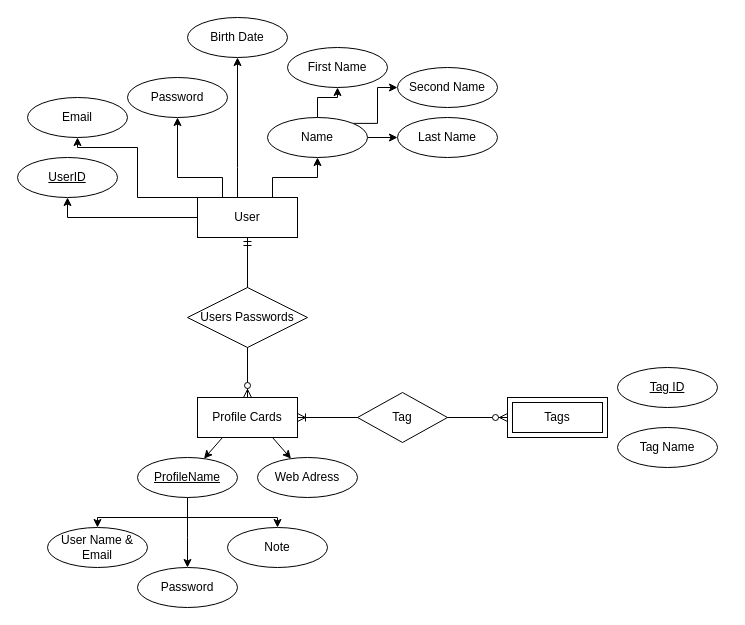
Dot0exe/Password-Manager keeps this draw.io diagram as Başlıksız Diyagram.drawio. Above is the earlier version. Source tidied: cells renumbered, new cells numbered last; positions are measured from the earlier drawing's top-left corner, leaving out a move shared by most shapes. Both pictures are drawn from the tidied source at 100%, with x=0, y=0 at pixel (17, 17).
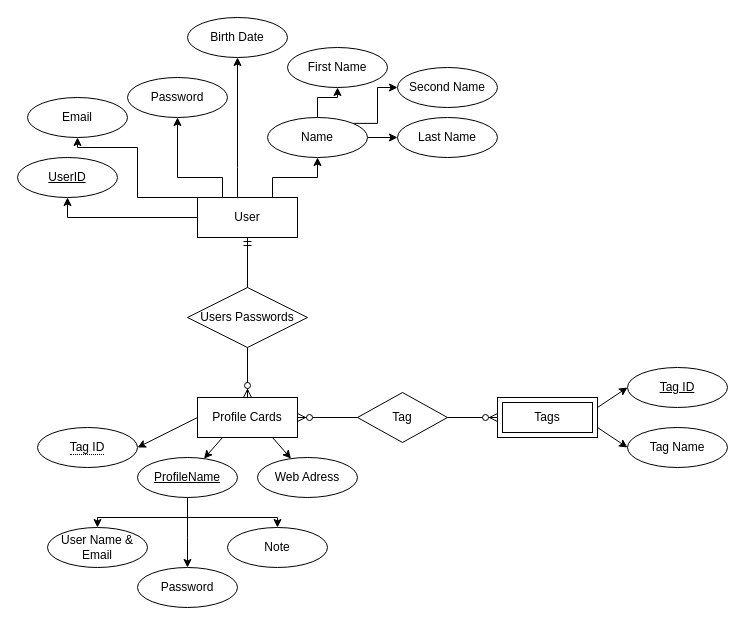
After the change.

Unchanged cells that the change refers to:
```xml
<mxCell id="4" value="Profile Cards&lt;br&gt;" style="whiteSpace=wrap;html=1;align=center;" parent="2" vertex="1">
  <mxGeometry x="10" y="200" width="100" height="40" as="geometry" />
</mxCell>
```

Diff of the diagram source:
```diff
@@
+    <mxCell id="38" style="rounded=0;jettySize=auto;html=1;exitX=1;exitY=0.25;exitDx=0;exitDy=0;entryX=0;entryY=0.5;entryDx=0;entryDy=0;" parent="1" edge="1" source="33" target="37">
+      <mxGeometry relative="1" as="geometry" />
+    </mxCell>
+    <mxCell id="39" style="rounded=0;jettySize=auto;html=1;exitX=1;exitY=0.75;exitDx=0;exitDy=0;entryX=0;entryY=0.5;entryDx=0;entryDy=0;" parent="1" edge="1" source="33" target="36">
+      <mxGeometry relative="1" as="geometry" />
+    </mxCell>
     <mxCell id="33" value="Tags" style="shape=ext;margin=3;double=1;whiteSpace=wrap;html=1;align=center;" parent="1" vertex="1">
-      <mxGeometry x="490" y="380" width="100" height="40" as="geometry" />
+      <mxGeometry x="480" y="380" width="100" height="40" as="geometry" />
     </mxCell>
-    <mxCell id="34" style="fontSize=12;html=1;endArrow=ERoneToMany;startArrow=ERzeroToMany;rounded=0;entryX=1;entryY=0.5;entryDx=0;entryDy=0;exitX=0;exitY=0.5;exitDx=0;exitDy=0;" parent="1" edge="1" source="33" target="4">
-      <mxGeometry relative="1" as="geometry" />
-    </mxCell>
-    <mxCell id="35" value="Tag" style="shape=rhombus;perimeter=rhombusPerimeter;whiteSpace=wrap;html=1;align=center;" parent="1" vertex="1">
-      <mxGeometry x="340" y="375" width="90" height="50" as="geometry" />
-    </mxCell>
     <mxCell id="36" value="Tag Name" style="ellipse;whiteSpace=wrap;html=1;align=center;" parent="1" vertex="1">
-      <mxGeometry x="600" y="410" width="100" height="40" as="geometry" />
+      <mxGeometry x="610" y="410" width="100" height="40" as="geometry" />
     </mxCell>
     <mxCell id="37" value="Tag ID" style="ellipse;whiteSpace=wrap;html=1;align=center;fontStyle=4;" parent="1" vertex="1">
-      <mxGeometry x="600" y="350" width="100" height="40" as="geometry" />
+      <mxGeometry x="610" y="350" width="100" height="40" as="geometry" />
     </mxCell>
+    <mxCell id="40" value="&lt;span style=&quot;border-bottom: 1px dotted&quot;&gt;Tag ID&lt;/span&gt;" style="ellipse;whiteSpace=wrap;html=1;align=center;" parent="1" vertex="1">
+      <mxGeometry x="20" y="410" width="100" height="40" as="geometry" />
+    </mxCell>
+    <mxCell id="41" style="rounded=0;jettySize=auto;html=1;exitX=0;exitY=0.5;exitDx=0;exitDy=0;entryX=1;entryY=0.5;entryDx=0;entryDy=0;" parent="1" edge="1" source="4" target="40">
+      <mxGeometry relative="1" as="geometry" />
+    </mxCell>
+    <mxCell id="42" style="fontSize=12;html=1;endArrow=ERzeroToMany;endFill=1;startArrow=ERzeroToMany;rounded=0;exitX=1;exitY=0.5;exitDx=0;exitDy=0;entryX=0;entryY=0.5;entryDx=0;entryDy=0;" parent="1" edge="1" source="4" target="33">
+      <mxGeometry relative="1" as="geometry" />
+    </mxCell>
+    <mxCell id="35" value="Tag" style="shape=rhombus;perimeter=rhombusPerimeter;whiteSpace=wrap;html=1;align=center;" parent="1" vertex="1">
+      <mxGeometry x="340" y="375" width="90" height="50" as="geometry" />
+    </mxCell>
```
